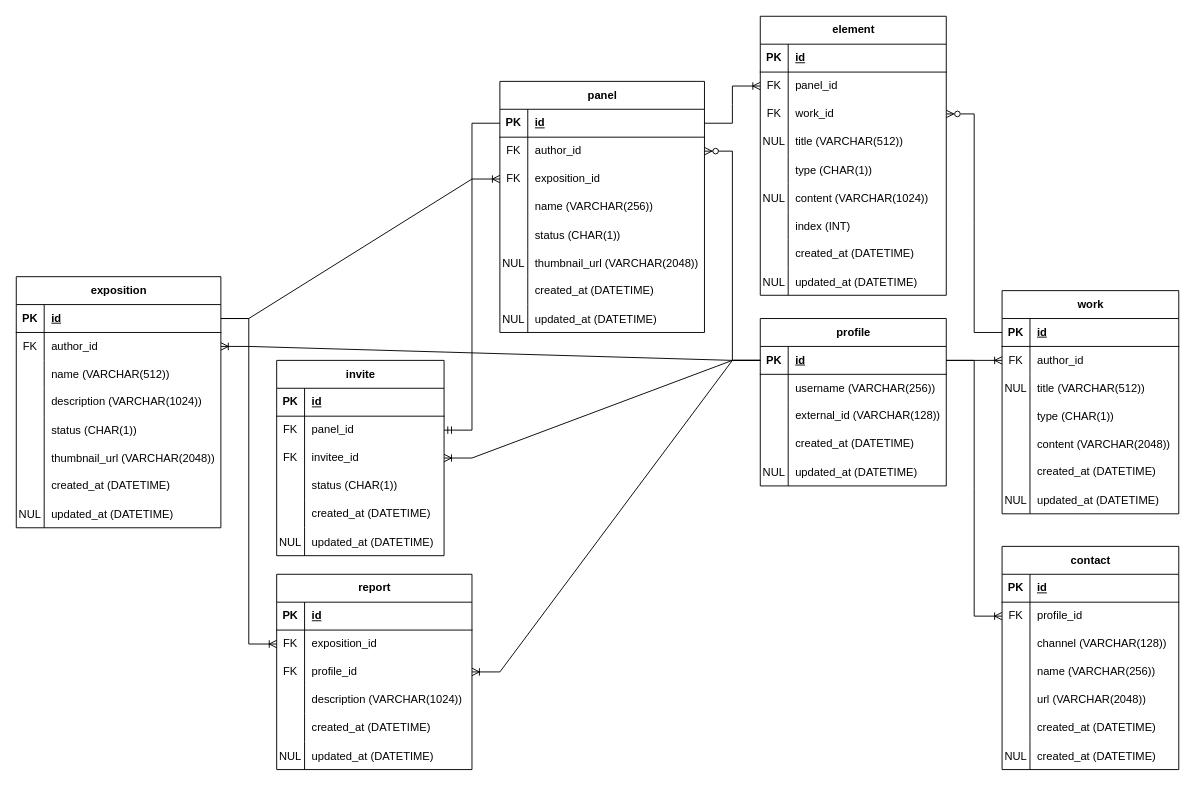
Earlier version of the draw.io diagram page "Entidade-Relacionamento" (7 of 8) of UnderExpo.drawio (GustavoDeOliveira/underexpo). Source tidied: cells renumbered, new cells numbered last; positions are measured from the earlier drawing's top-left corner, leaving out a move shared by most shapes. Both pictures are drawn from the tidied source at 93%, with x=0, y=0 at pixel (16, 16).
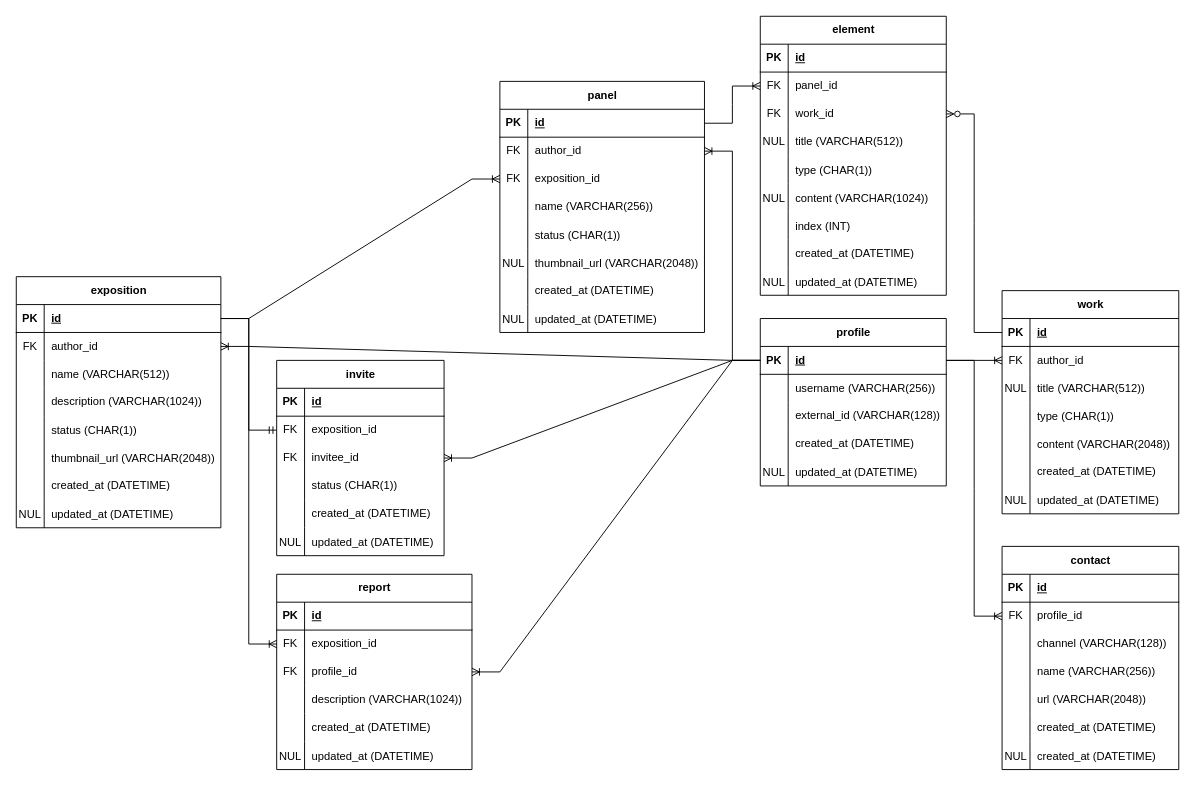
Above is the later version.

The change refers to these unchanged cells:
```xml
<mxCell id="3" style="shape=tableRow;horizontal=0;startSize=0;swimlaneHead=0;swimlaneBody=0;fillColor=none;points=[[0,0.5],[1,0.5]];portConstraint=eastwest;top=0;left=0;right=0;bottom=1;" parent="2" vertex="1">
  <mxGeometry y="30" width="220" height="30" as="geometry" />
</mxCell>
<mxCell id="28" style="shape=tableRow;horizontal=0;startSize=0;swimlaneHead=0;swimlaneBody=0;fillColor=none;points=[[0,0.5],[1,0.5]];portConstraint=eastwest;top=0;left=0;right=0;bottom=1;" parent="27" vertex="1">
  <mxGeometry y="30" width="220" height="30" as="geometry" />
</mxCell>
<mxCell id="31" style="shape=tableRow;horizontal=0;startSize=0;swimlaneHead=0;swimlaneBody=0;fillColor=none;points=[[0,0.5],[1,0.5]];portConstraint=eastwest;top=0;left=0;right=0;bottom=0;" parent="27" vertex="1">
  <mxGeometry y="60" width="220" height="30" as="geometry" />
</mxCell>
<mxCell id="106" style="shape=tableRow;horizontal=0;startSize=0;swimlaneHead=0;swimlaneBody=0;fillColor=none;points=[[0,0.5],[1,0.5]];portConstraint=eastwest;top=0;left=0;right=0;bottom=1;" parent="105" vertex="1">
  <mxGeometry y="30" width="200" height="30" as="geometry" />
</mxCell>
<mxCell id="148" style="shape=tableRow;horizontal=0;startSize=0;swimlaneHead=0;swimlaneBody=0;fillColor=none;points=[[0,0.5],[1,0.5]];portConstraint=eastwest;top=0;left=0;right=0;bottom=0;" parent="144" vertex="1">
  <mxGeometry y="60" width="180" height="30" as="geometry" />
</mxCell>
```

The edit, as a diff of the source:
```diff
@@
-    <mxCell id="121" style="edgeStyle=entityRelationEdgeStyle;fontSize=12;html=1;endArrow=ERzeroToMany;endFill=1;rounded=0;" parent="1" edge="1" source="106" target="31">
+    <mxCell id="121" style="edgeStyle=entityRelationEdgeStyle;fontSize=12;html=1;endArrow=ERoneToMany;endFill=0;rounded=0;" parent="1" edge="1" source="106" target="31">
       <mxGeometry relative="1" as="geometry" />
     </mxCell>
@@
-    <mxCell id="150" value="panel_id" style="shape=partialRectangle;fillColor=none;top=0;left=0;bottom=0;right=0;align=left;spacingLeft=6;fontStyle=0;overflow=hidden;whiteSpace=wrap;html=1;" parent="148" vertex="1">
+    <mxCell id="150" value="exposition_id" style="shape=partialRectangle;fillColor=none;top=0;left=0;bottom=0;right=0;align=left;spacingLeft=6;fontStyle=0;overflow=hidden;whiteSpace=wrap;html=1;" parent="148" vertex="1">
       <mxGeometry x="30" width="150" height="30" as="geometry" />
     </mxCell>
@@
-    <mxCell id="167" style="edgeStyle=entityRelationEdgeStyle;fontSize=12;html=1;endArrow=ERmandOne;rounded=0;endFill=0;" parent="1" edge="1" source="28" target="148">
+    <mxCell id="167" style="edgeStyle=entityRelationEdgeStyle;fontSize=12;html=1;endArrow=ERmandOne;rounded=0;endFill=0;exitX=1;exitY=0.5;exitDx=0;exitDy=0;" parent="1" edge="1" source="3" target="148">
       <mxGeometry relative="1" as="geometry">
         <Array as="points">
           <mxPoint x="220" y="410" />
           <mxPoint x="200" y="430" />
           <mxPoint x="320" y="490" />
           <mxPoint x="650" y="450" />
         </Array>
       </mxGeometry>
     </mxCell>
```
